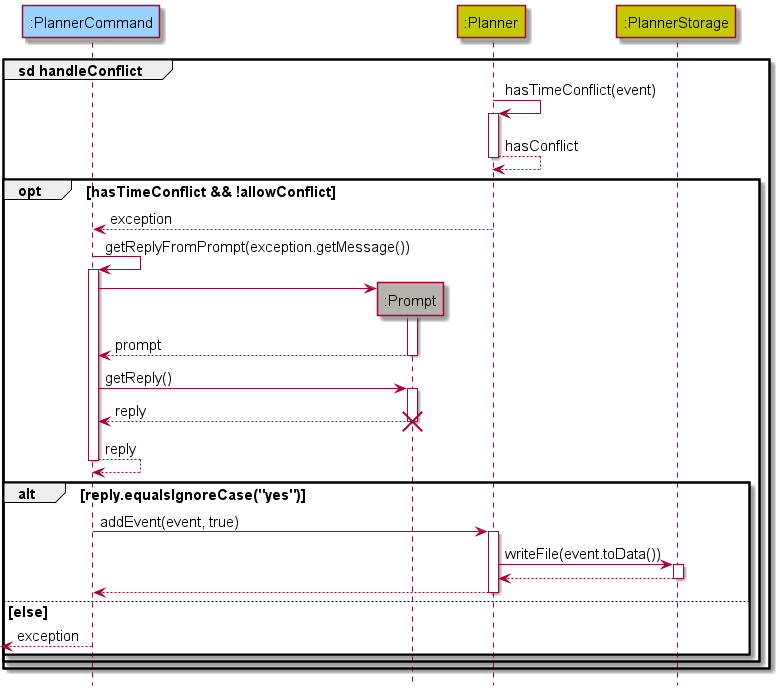
This is docs/assets/images/PlannerAddSequenceDiagram2.png from shyamgj1900/tp, a PlantUML export, as it was before one commit. Its diagram source:
```plantuml
@startuml

!include Style.puml

hide footbox

participant ":PlannerCommand" as plc COMMANDS_COLOR
participant ":Prompt" as prompt UTIL_COLOR
participant ":Planner" as planner PLANNER_COLOR
participant ":PlannerStorage" as pls PLANNER_COLOR

group sd handleConflict

planner -> planner : hasTimeConflict(event)
activate planner

planner --> planner : hasConflict
deactivate planner

opt hasTimeConflict && !allowConflict

planner --> plc : exception

plc -> plc : getReplyFromPrompt(exception.getMessage())
activate plc

create prompt
plc -> prompt
activate prompt

prompt --> plc : prompt
deactivate prompt

plc -> prompt : getReply()
activate prompt

prompt --> plc : reply
deactivate prompt

destroy prompt

plc --> plc : reply
deactivate plc

alt reply.equalsIgnoreCase("yes")

plc -> planner : addEvent(event, true)
activate planner

planner -> pls : writeFile(event.toData())
activate pls

pls --> planner
deactivate pls

planner --> plc
deactivate planner

else else

plc-->[ : exception

end
end
end

@enduml
```
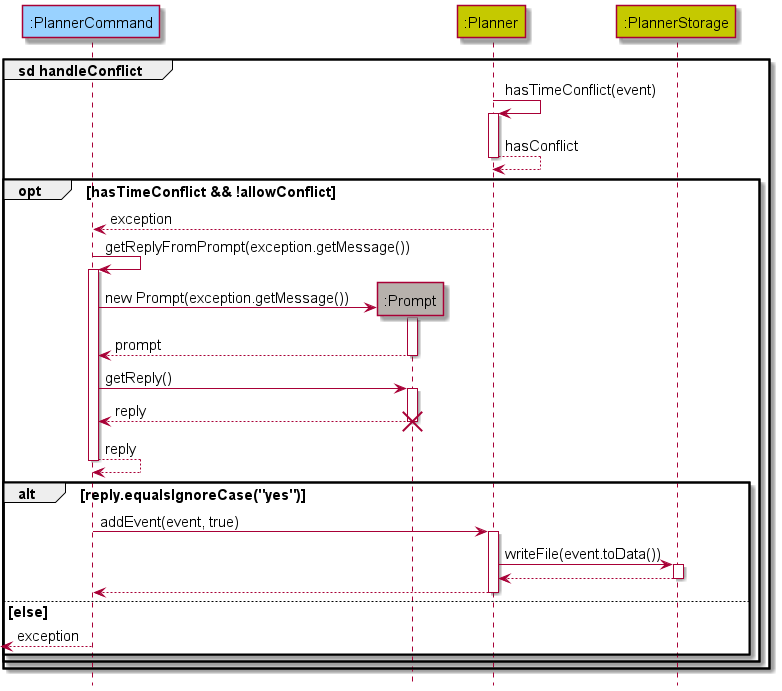
The same file after the commit.

Commit message:
Edit planner add text in DG

Fix some bugs in uml

The edit, as a diff of the source:
```diff
@@ -25,7 +25,7 @@
 activate plc
 
 create prompt
-plc -> prompt
+plc -> prompt : new Prompt(exception.getMessage())
 activate prompt
 
 prompt --> plc : prompt
```
